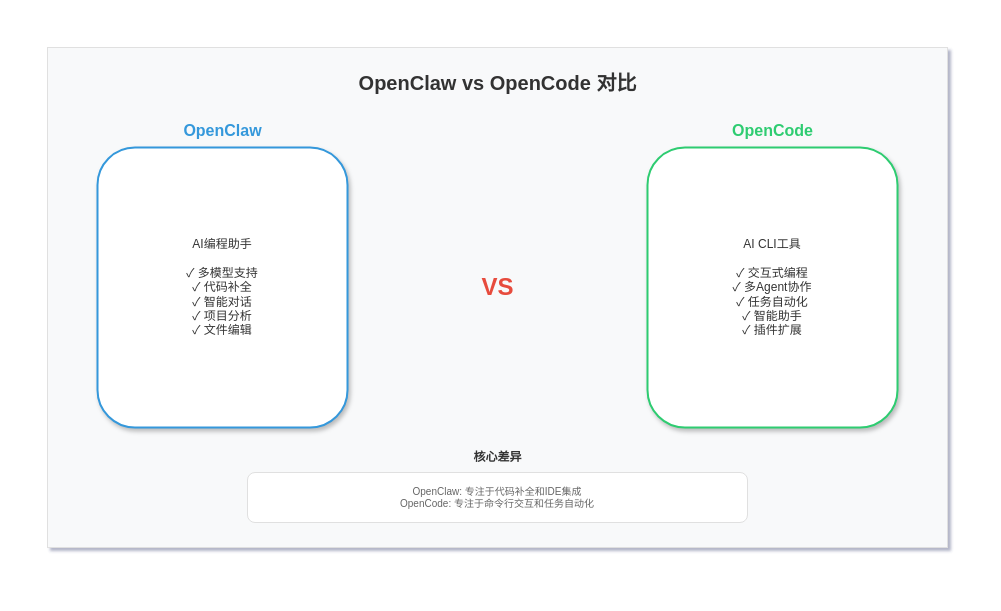
Earlier version of the draw.io diagram .opencode/skills/xml-diagram/templates/analysis/comparison-vs.drawio (BeWaterMyFriend7/SKILL-PROJECT). Source tidied: cells renumbered, new cells numbered last; positions are measured from the earlier drawing's top-left corner, leaving out a move shared by most shapes. Both pictures are drawn from the tidied source at 100%, with x=0, y=0 at pixel (47, 47).
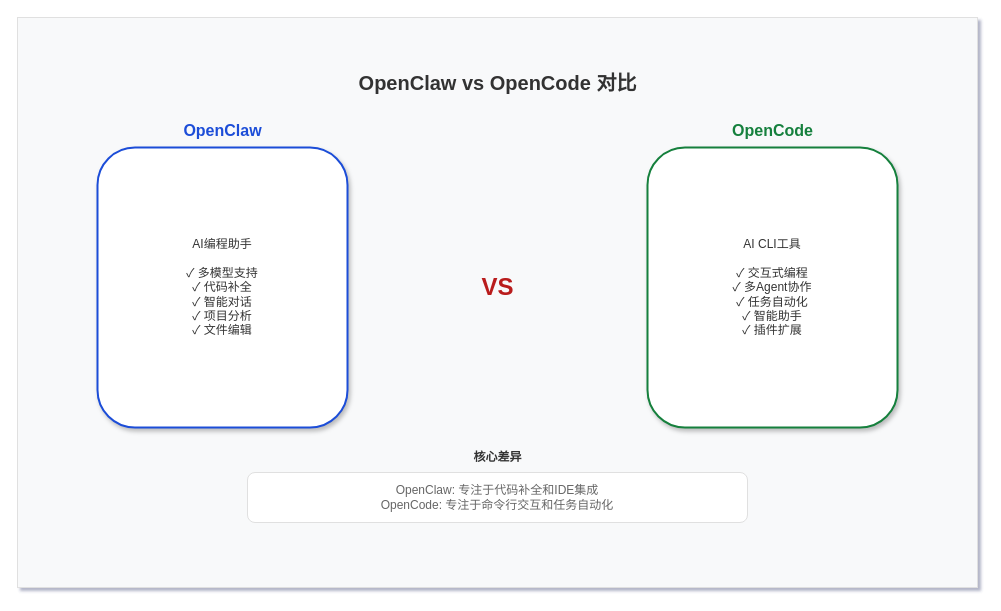
The same page after the edit.

Diff of the diagram source:
```diff
@@
 <mxGraphModel shadow="1">
   <root>
     <mxCell id="0" />
     <mxCell id="1" parent="0" />
     <mxCell id="2" style="rounded=0;whiteSpace=wrap;html=1;fillColor=#f8f9fa;strokeColor=#e0e0e0;" parent="1" vertex="1">
-      <mxGeometry width="900" height="500" as="geometry" />
+      <mxGeometry x="-30" y="-30" width="960" height="570" as="geometry" />
     </mxCell>
     <mxCell id="3" value="OpenClaw vs OpenCode 对比" style="text;html=1;strokeColor=none;fillColor=none;align=center;verticalAlign=middle;whiteSpace=wrap=1;rounded=0;fontSize=20;fontStyle=1;fontColor=#333333;" parent="1" vertex="1">
       <mxGeometry x="300" y="20" width="300" height="30" as="geometry" />
     </mxCell>
-    <mxCell id="4" value="OpenClaw" style="text;html=1;strokeColor=none;fillColor=none;align=center;verticalAlign=middle;whiteSpace=wrap=1;rounded=0;fontSize=16;fontStyle=1;fontColor=#3498db;" parent="1" vertex="1">
+    <mxCell id="4" value="OpenClaw" style="text;html=1;strokeColor=none;fillColor=none;align=center;verticalAlign=middle;whiteSpace=wrap=1;rounded=0;fontSize=16;fontStyle=1;fontColor=#1D4ED8;" parent="1" vertex="1">
       <mxGeometry x="100" y="70" width="150" height="25" as="geometry" />
     </mxCell>
-    <mxCell id="5" value="AI编程助手&#10;&#10;✓ 多模型支持&#10;✓ 代码补全&#10;✓ 智能对话&#10;✓ 项目分析&#10;✓ 文件编辑" style="rounded=1;whiteSpace=wrap;html=1;fillColor=#ffffff;strokeColor=#3498db;strokeWidth=2;fontColor=#333333;fontSize=12;align=center;spacing=8;shadow=1;" parent="1" vertex="1">
+    <mxCell id="5" value="AI编程助手&#10;&#10;✓ 多模型支持&#10;✓ 代码补全&#10;✓ 智能对话&#10;✓ 项目分析&#10;✓ 文件编辑" style="rounded=1;whiteSpace=wrap;html=1;fillColor=#ffffff;strokeColor=#1D4ED8;strokeWidth=2;fontColor=#333333;fontSize=12;align=center;spacing=8;shadow=1;" parent="1" vertex="1">
       <mxGeometry x="50" y="100" width="250" height="280" as="geometry" />
     </mxCell>
-    <mxCell id="6" value="VS" style="text;html=1;strokeColor=none;fillColor=none;align=center;verticalAlign=middle;whiteSpace=wrap=1;rounded=0;fontSize=24;fontStyle=1;fontColor=#e74c3c;" parent="1" vertex="1">
+    <mxCell id="6" value="VS" style="text;html=1;strokeColor=none;fillColor=none;align=center;verticalAlign=middle;whiteSpace=wrap=1;rounded=0;fontSize=24;fontStyle=1;fontColor=#B91C1C;" parent="1" vertex="1">
       <mxGeometry x="420" y="220" width="60" height="40" as="geometry" />
     </mxCell>
-    <mxCell id="7" value="OpenCode" style="text;html=1;strokeColor=none;fillColor=none;align=center;verticalAlign=middle;whiteSpace=wrap=1;rounded=0;fontSize=16;fontStyle=1;fontColor=#2ecc71;" parent="1" vertex="1">
+    <mxCell id="7" value="OpenCode" style="text;html=1;strokeColor=none;fillColor=none;align=center;verticalAlign=middle;whiteSpace=wrap=1;rounded=0;fontSize=16;fontStyle=1;fontColor=#15803D;" parent="1" vertex="1">
       <mxGeometry x="650" y="70" width="150" height="25" as="geometry" />
     </mxCell>
-    <mxCell id="8" value="AI CLI工具&#10;&#10;✓ 交互式编程&#10;✓ 多Agent协作&#10;✓ 任务自动化&#10;✓ 智能助手&#10;✓ 插件扩展" style="rounded=1;whiteSpace=wrap;html=1;fillColor=#ffffff;strokeColor=#2ecc71;strokeWidth=2;fontColor=#333333;fontSize=12;align=center;spacing=8;shadow=1;" parent="1" vertex="1">
+    <mxCell id="8" value="AI CLI工具&#10;&#10;✓ 交互式编程&#10;✓ 多Agent协作&#10;✓ 任务自动化&#10;✓ 智能助手&#10;✓ 插件扩展" style="rounded=1;whiteSpace=wrap;html=1;fillColor=#ffffff;strokeColor=#15803D;strokeWidth=2;fontColor=#333333;fontSize=12;align=center;spacing=8;shadow=1;" parent="1" vertex="1">
       <mxGeometry x="600" y="100" width="250" height="280" as="geometry" />
     </mxCell>
     <mxCell id="9" value="核心差异" style="text;html=1;strokeColor=none;fillColor=none;align=center;verticalAlign=middle;whiteSpace=wrap=1;rounded=0;fontSize=12;fontStyle=1;fontColor=#333333;" parent="1" vertex="1">
       <mxGeometry x="380" y="400" width="140" height="20" as="geometry" />
     </mxCell>
-    <mxCell id="10" value="OpenClaw: 专注于代码补全和IDE集成&#10;OpenCode: 专注于命令行交互和任务自动化" style="rounded=1;whiteSpace=wrap;html=1;fillColor=#ffffff;strokeColor=#e0e0e0;strokeWidth=1;fontColor=#666666;fontSize=10;align=center;" parent="1" vertex="1">
+    <mxCell id="10" value="OpenClaw: 专注于代码补全和IDE集成&#10;OpenCode: 专注于命令行交互和任务自动化" style="rounded=1;whiteSpace=wrap;html=1;fillColor=#ffffff;strokeColor=#e0e0e0;strokeWidth=1;fontColor=#666666;fontSize=12;align=center;" parent="1" vertex="1">
       <mxGeometry x="200" y="425" width="500" height="50" as="geometry" />
     </mxCell>
   </root>
 </mxGraphModel>
```
